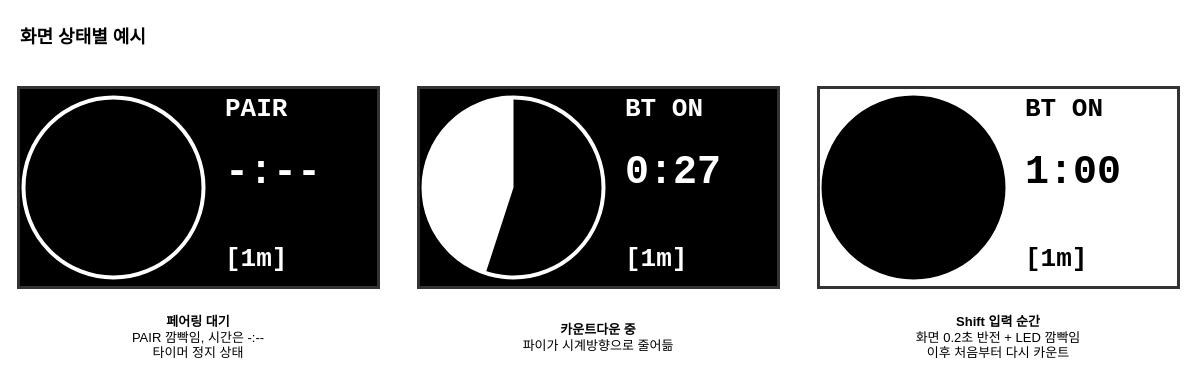
Earlier version of the draw.io diagram docs/diagrams/screen-states.drawio (elllight/pccaffeine_kbd). Source tidied: cells renumbered, new cells numbered last; positions are measured from the earlier drawing's top-left corner, leaving out a move shared by most shapes. Both pictures are drawn from the tidied source at 100%, with x=0, y=0 at pixel (18, 17).
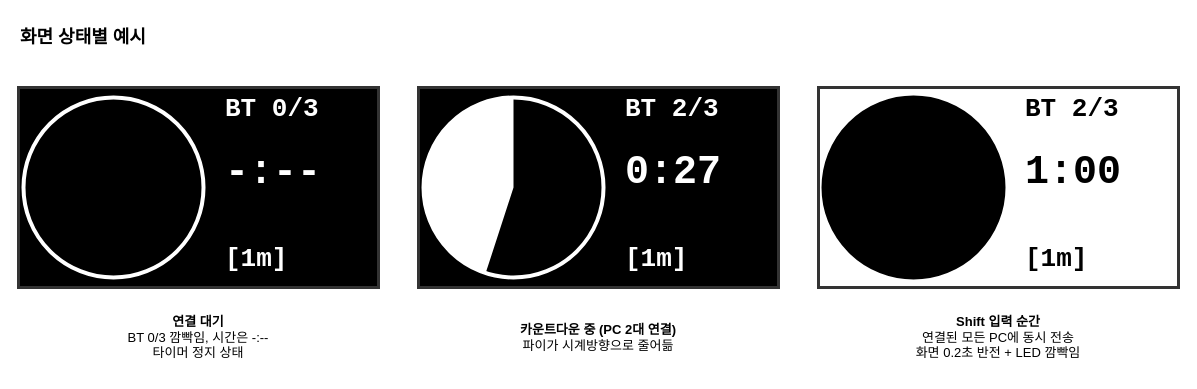
The same page after the edit.

Diff of the diagram source:
```diff
@@
-    <mxCell id="5" value="PAIR" style="text;html=1;align=left;verticalAlign=top;fontFamily=Courier New;fontStyle=1;fontColor=#ffffff;fontSize=26;" parent="1" vertex="1">
+    <mxCell id="5" value="BT 0/3" style="text;html=1;align=left;verticalAlign=top;fontFamily=Courier New;fontStyle=1;fontColor=#ffffff;fontSize=26;" parent="1" vertex="1">
       <mxGeometry x="205" y="70" width="155" height="45" as="geometry" />
     </mxCell>
@@
-    <mxCell id="11" value="BT ON" style="text;html=1;align=left;verticalAlign=top;fontFamily=Courier New;fontStyle=1;fontColor=#ffffff;fontSize=26;" parent="1" vertex="1">
+    <mxCell id="11" value="BT 2/3" style="text;html=1;align=left;verticalAlign=top;fontFamily=Courier New;fontStyle=1;fontColor=#ffffff;fontSize=26;" parent="1" vertex="1">
       <mxGeometry x="605" y="70" width="155" height="45" as="geometry" />
     </mxCell>
@@
-    <mxCell id="17" value="BT ON" style="text;html=1;align=left;verticalAlign=top;fontFamily=Courier New;fontStyle=1;fontColor=#000000;fontSize=26;" parent="1" vertex="1">
+    <mxCell id="17" value="BT 2/3" style="text;html=1;align=left;verticalAlign=top;fontFamily=Courier New;fontStyle=1;fontColor=#000000;fontSize=26;" parent="1" vertex="1">
       <mxGeometry x="1005" y="70" width="155" height="45" as="geometry" />
     </mxCell>
@@
-    <mxCell id="20" value="&lt;b&gt;페어링 대기&lt;/b&gt;&lt;br&gt;PAIR 깜빡임, 시간은 -:--&lt;br&gt;타이머 정지 상태" style="text;html=1;align=center;verticalAlign=middle;whiteSpace=wrap;fontFamily=Helvetica;fontSize=13;fontSize=13;" parent="1" vertex="1">
+    <mxCell id="20" value="&lt;b&gt;연결 대기&lt;/b&gt;&lt;br&gt;BT 0/3 깜빡임, 시간은 -:--&lt;br&gt;타이머 정지 상태" style="text;html=1;align=center;verticalAlign=middle;whiteSpace=wrap;fontFamily=Helvetica;fontSize=13;fontSize=13;" parent="1" vertex="1">
       <mxGeometry y="285" width="360" height="70" as="geometry" />
     </mxCell>
-    <mxCell id="21" value="&lt;b&gt;카운트다운 중&lt;/b&gt;&lt;br&gt;파이가 시계방향으로 줄어듦" style="text;html=1;align=center;verticalAlign=middle;whiteSpace=wrap;fontFamily=Helvetica;fontSize=13;fontSize=13;" parent="1" vertex="1">
+    <mxCell id="21" value="&lt;b&gt;카운트다운 중 (PC 2대 연결)&lt;/b&gt;&lt;br&gt;파이가 시계방향으로 줄어듦" style="text;html=1;align=center;verticalAlign=middle;whiteSpace=wrap;fontFamily=Helvetica;fontSize=13;fontSize=13;" parent="1" vertex="1">
       <mxGeometry x="400" y="285" width="360" height="70" as="geometry" />
     </mxCell>
-    <mxCell id="22" value="&lt;b&gt;Shift 입력 순간&lt;/b&gt;&lt;br&gt;화면 0.2초 반전 + LED 깜빡임&lt;br&gt;이후 처음부터 다시 카운트" style="text;html=1;align=center;verticalAlign=middle;whiteSpace=wrap;fontFamily=Helvetica;fontSize=13;fontSize=13;" parent="1" vertex="1">
+    <mxCell id="22" value="&lt;b&gt;Shift 입력 순간&lt;/b&gt;&lt;br&gt;연결된 모든 PC에 동시 전송&lt;br&gt;화면 0.2초 반전 + LED 깜빡임" style="text;html=1;align=center;verticalAlign=middle;whiteSpace=wrap;fontFamily=Helvetica;fontSize=13;fontSize=13;" parent="1" vertex="1">
       <mxGeometry x="800" y="285" width="360" height="70" as="geometry" />
     </mxCell>
```
